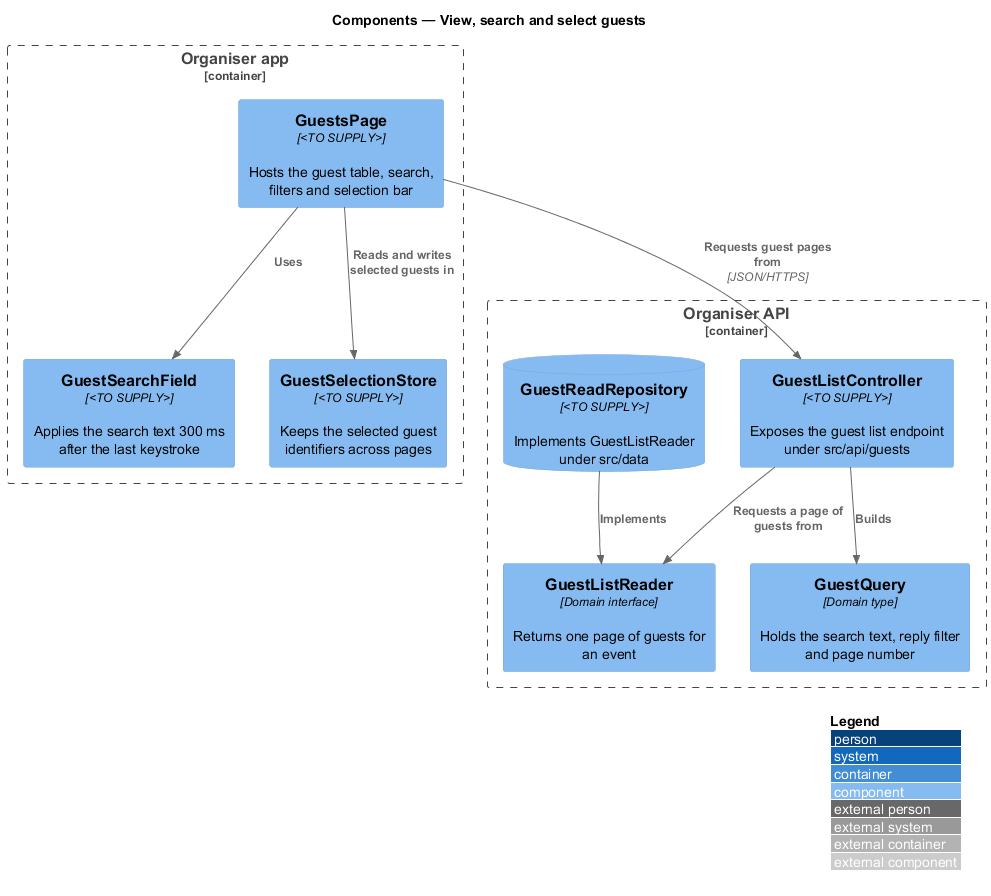
The PlantUML diagram docs/detailed-designs/guests/view-guest-list/diagrams/c4-component.png in QuinntyneBrown/rsvp-cms, before a commit. Source of this version:
```plantuml
@startuml
!include <C4/C4_Component>
LAYOUT_WITH_LEGEND()
title Components — View, search and select guests

Container_Boundary(admin, "Organiser app") {
  Component(page, "GuestsPage", "<TO SUPPLY>", "Hosts the guest table, search, filters and selection bar")
  Component(search, "GuestSearchField", "<TO SUPPLY>", "Applies the search text 300 ms after the last keystroke")
  Component(selection, "GuestSelectionStore", "<TO SUPPLY>", "Keeps the selected guest identifiers across pages")
}
Container_Boundary(api, "Organiser API") {
  Component(ctrl, "GuestListController", "<TO SUPPLY>", "Exposes the guest list endpoint under src/api/guests")
  Component(query, "GuestQuery", "Domain type", "Holds the search text, reply filter and page number")
  Component(reader, "GuestListReader", "Domain interface", "Returns one page of guests for an event")
  ComponentDb(store, "GuestReadRepository", "<TO SUPPLY>", "Implements GuestListReader under src/data")
}

Rel(page, search, "Uses")
Rel(page, selection, "Reads and writes selected guests in")
Rel(page, ctrl, "Requests guest pages from", "JSON/HTTPS")
Rel(ctrl, query, "Builds")
Rel(ctrl, reader, "Requests a page of guests from")
Rel(store, reader, "Implements")
@enduml
```
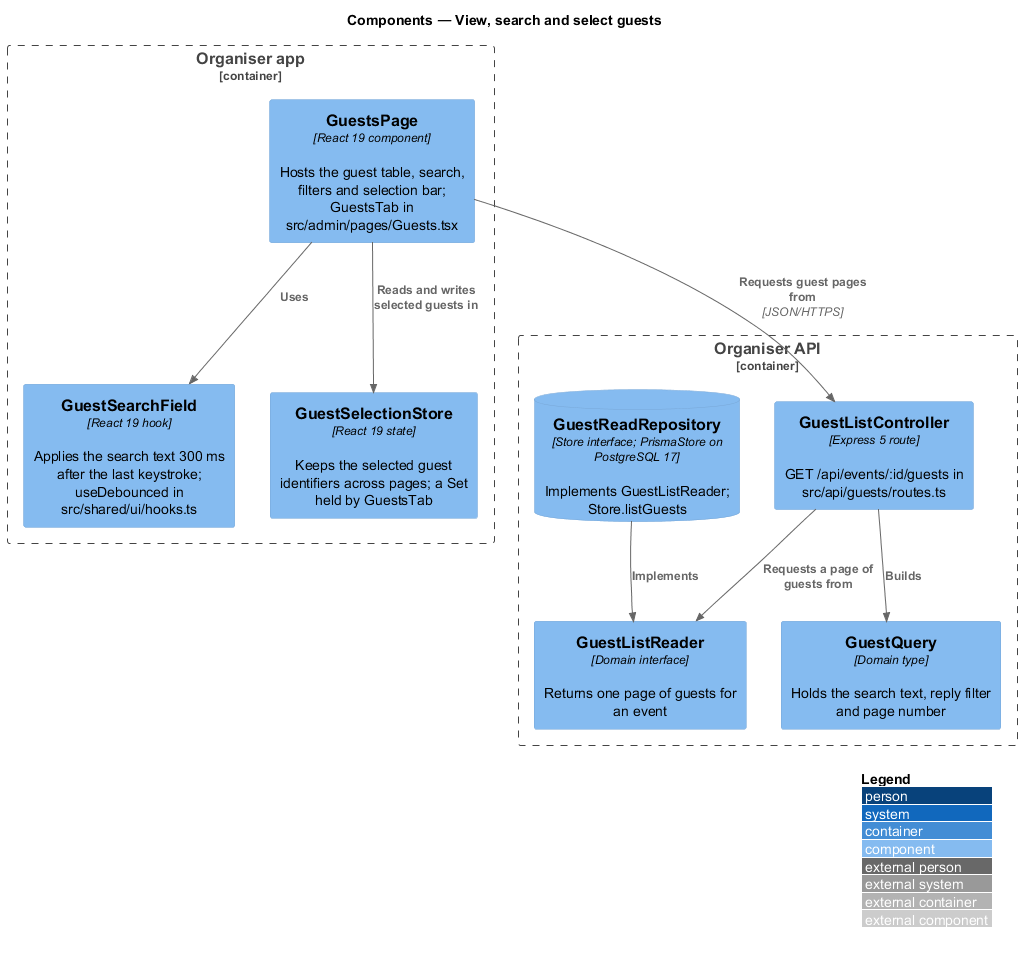
Later version of the same file.

Change to the diagram source:
```diff
@@ -4,15 +4,15 @@
 title Components — View, search and select guests
 
 Container_Boundary(admin, "Organiser app") {
-  Component(page, "GuestsPage", "<TO SUPPLY>", "Hosts the guest table, search, filters and selection bar")
-  Component(search, "GuestSearchField", "<TO SUPPLY>", "Applies the search text 300 ms after the last keystroke")
-  Component(selection, "GuestSelectionStore", "<TO SUPPLY>", "Keeps the selected guest identifiers across pages")
+  Component(page, "GuestsPage", "React 19 component", "Hosts the guest table, search, filters and selection bar; GuestsTab in src/admin/pages/Guests.tsx")
+  Component(search, "GuestSearchField", "React 19 hook", "Applies the search text 300 ms after the last keystroke; useDebounced in src/shared/ui/hooks.ts")
+  Component(selection, "GuestSelectionStore", "React 19 state", "Keeps the selected guest identifiers across pages; a Set held by GuestsTab")
 }
 Container_Boundary(api, "Organiser API") {
-  Component(ctrl, "GuestListController", "<TO SUPPLY>", "Exposes the guest list endpoint under src/api/guests")
+  Component(ctrl, "GuestListController", "Express 5 route", "GET /api/events/:id/guests in src/api/guests/routes.ts")
   Component(query, "GuestQuery", "Domain type", "Holds the search text, reply filter and page number")
   Component(reader, "GuestListReader", "Domain interface", "Returns one page of guests for an event")
-  ComponentDb(store, "GuestReadRepository", "<TO SUPPLY>", "Implements GuestListReader under src/data")
+  ComponentDb(store, "GuestReadRepository", "Store interface; PrismaStore on PostgreSQL 17", "Implements GuestListReader; Store.listGuests")
 }
 
 Rel(page, search, "Uses")
```
